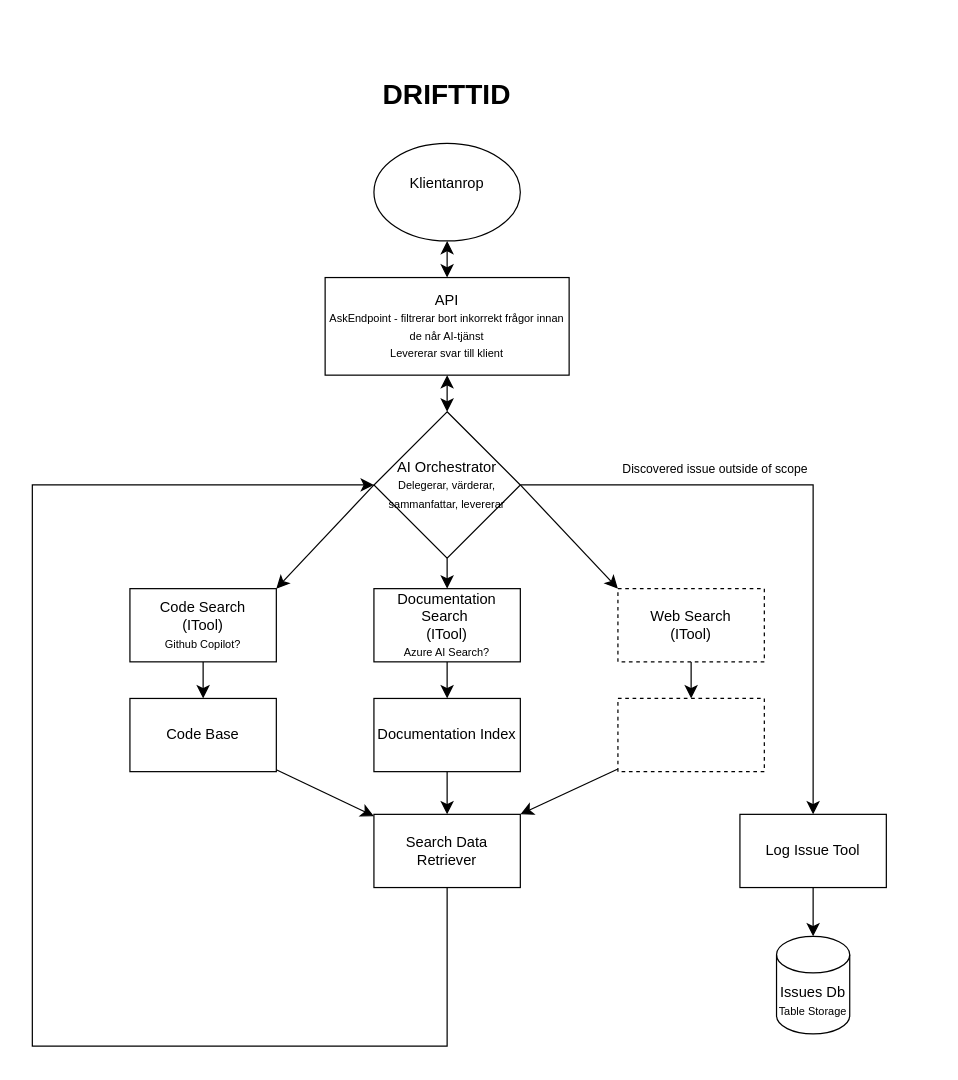
Before: page "Drifttid" (1 of 3) of Other/Namnlöst diagram.drawio in antonlidstroem/Flowcharts, a draw.io diagram. Source tidied: cells renumbered, new cells numbered last; positions are measured from the earlier drawing's top-left corner, leaving out a move shared by most shapes. Both pictures are drawn from the tidied source at 122%, with x=0, y=0 at pixel (32, 70).
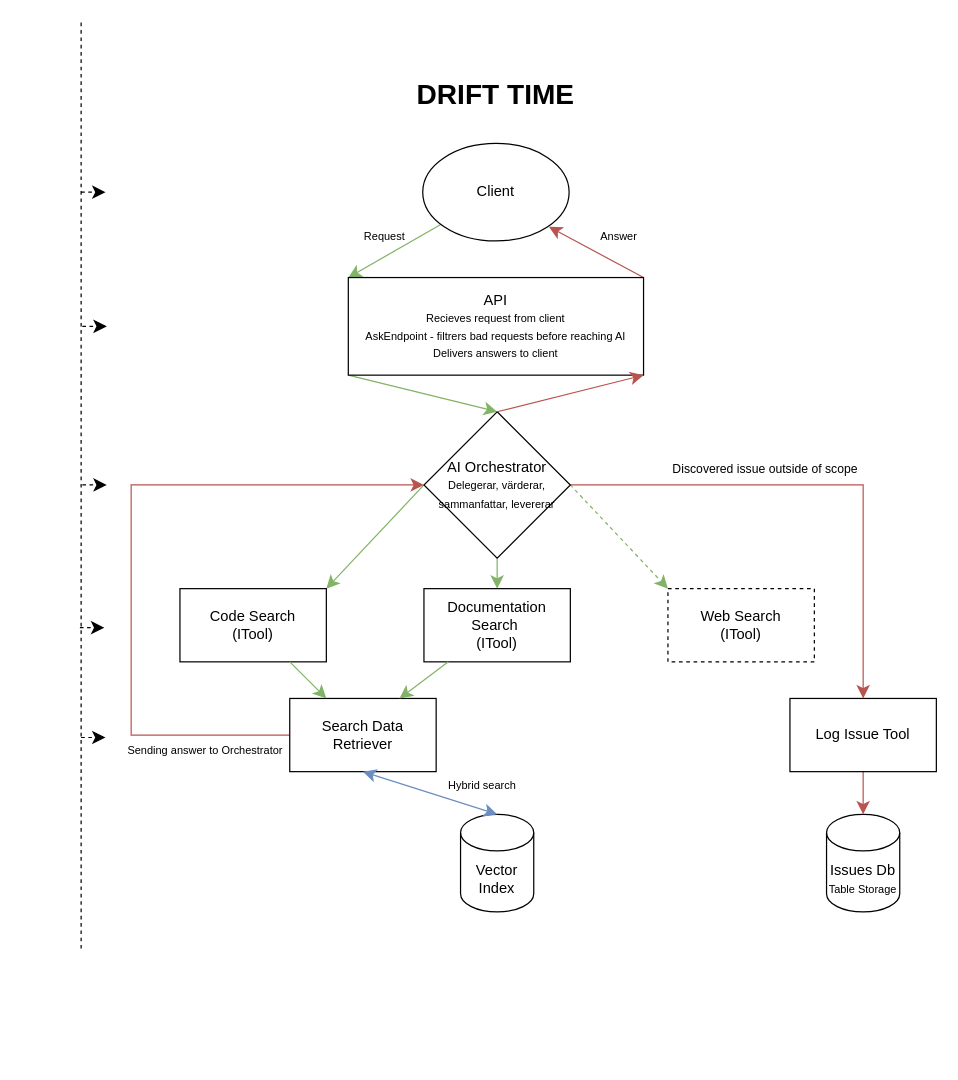
The same page after the edit.

What changed in the source:
```diff
@@
+    <mxCell id="30" style="edgeStyle=none;curved=1;rounded=0;jettySize=auto;html=1;entryX=0;entryY=0;entryDx=0;entryDy=0;fontSize=12;startSize=8;endSize=8;fillColor=#d5e8d4;strokeColor=#82b366;" parent="1" edge="1" target="3">
+      <mxGeometry relative="1" as="geometry">
+        <mxPoint x="335.5" y="126.1" as="sourcePoint" />
+      </mxGeometry>
+    </mxCell>
-    <mxCell id="2" value="Klientanrop&lt;div&gt;&lt;br/&gt;&lt;/div&gt;" style="ellipse;whiteSpace=wrap;html=1;shapeInside=1;labelBackgroundColor=none;" parent="1" vertex="1">
-      <mxGeometry x="280" y="60" width="120" height="80" as="geometry" />
+    <mxCell id="2" value="Client" style="ellipse;whiteSpace=wrap;html=1;shapeInside=1;labelBackgroundColor=none;" parent="1" vertex="1">
+      <mxGeometry x="320" y="60" width="120" height="80" as="geometry" />
     </mxCell>
+    <mxCell id="31" style="edgeStyle=none;curved=1;rounded=0;jettySize=auto;html=1;exitX=0;exitY=1;exitDx=0;exitDy=0;entryX=0.5;entryY=0;entryDx=0;entryDy=0;fontSize=12;startSize=8;endSize=8;fillColor=#d5e8d4;strokeColor=#82b366;" parent="1" edge="1" source="3" target="9">
+      <mxGeometry relative="1" as="geometry" />
+    </mxCell>
+    <mxCell id="32" style="edgeStyle=none;curved=1;rounded=0;jettySize=auto;html=1;entryX=1;entryY=1;entryDx=0;entryDy=0;fontSize=12;startSize=8;endSize=8;exitX=1;exitY=0;exitDx=0;exitDy=0;fillColor=#f8cecc;strokeColor=#b85450;" parent="1" edge="1" source="3">
+      <mxGeometry relative="1" as="geometry">
+        <mxPoint x="423.4" y="128.3" as="targetPoint" />
+      </mxGeometry>
+    </mxCell>
-    <mxCell id="3" value="API&lt;div&gt;&lt;font style=&quot;font-size: 9px;&quot;&gt;AskEndpoint - filtrerar bort inkorrekt frågor innan de når AI-tjänst&lt;br&gt;Levererar svar till klient&lt;/font&gt;&lt;/div&gt;" style="rounded=0;whiteSpace=wrap;html=1;labelBackgroundColor=none;" parent="1" vertex="1">
-      <mxGeometry x="240" y="170" width="200" height="80" as="geometry" />
+    <mxCell id="3" value="API&lt;div&gt;&lt;font style=&quot;font-size: 9px;&quot;&gt;Recieves request from client&lt;/font&gt;&lt;/div&gt;&lt;div&gt;&lt;font style=&quot;font-size: 9px;&quot;&gt;AskEndpoint - filtrers bad requests before reaching AI&lt;br&gt;Delivers answers to client&lt;/font&gt;&lt;/div&gt;" style="rounded=0;whiteSpace=wrap;html=1;labelBackgroundColor=none;" parent="1" vertex="1">
+      <mxGeometry x="259" y="170" width="242" height="80" as="geometry" />
     </mxCell>
-    <mxCell id="4" value="&lt;font style=&quot;font-size: 23px;&quot;&gt;&lt;b&gt;DRIFTTID&lt;/b&gt;&lt;/font&gt;" style="text;html=1;whiteSpace=wrap;strokeColor=none;fillColor=none;align=center;verticalAlign=middle;rounded=0;fontSize=16;labelBackgroundColor=none;" parent="1" vertex="1">
-      <mxGeometry x="240" width="200" height="40" as="geometry" />
+    <mxCell id="4" value="&lt;font style=&quot;font-size: 23px;&quot;&gt;&lt;b&gt;DRIFT TIME&lt;/b&gt;&lt;/font&gt;" style="text;html=1;whiteSpace=wrap;strokeColor=none;fillColor=none;align=center;verticalAlign=middle;rounded=0;fontSize=16;labelBackgroundColor=none;" parent="1" vertex="1">
+      <mxGeometry x="280" width="200" height="40" as="geometry" />
     </mxCell>
-    <mxCell id="5" style="edgeStyle=none;curved=1;rounded=0;jettySize=auto;html=1;exitX=1;exitY=0.5;exitDx=0;exitDy=0;entryX=0;entryY=0;entryDx=0;entryDy=0;fontSize=12;startSize=8;endSize=8;labelBackgroundColor=none;fontColor=default;" parent="1" edge="1" source="9" target="15">
+    <mxCell id="5" style="edgeStyle=none;curved=1;rounded=0;jettySize=auto;html=1;exitX=1;exitY=0.5;exitDx=0;exitDy=0;entryX=0;entryY=0;entryDx=0;entryDy=0;fontSize=12;startSize=8;endSize=8;labelBackgroundColor=none;fontColor=default;dashed=1;fillColor=#d5e8d4;strokeColor=#82b366;" parent="1" edge="1" source="9" target="15">
       <mxGeometry relative="1" as="geometry" />
     </mxCell>
-    <mxCell id="6" style="edgeStyle=none;curved=1;rounded=0;jettySize=auto;html=1;entryX=0.5;entryY=0;entryDx=0;entryDy=0;fontSize=12;startSize=8;endSize=8;labelBackgroundColor=none;fontColor=default;" parent="1" edge="1" source="9" target="13">
+    <mxCell id="6" style="edgeStyle=none;curved=1;rounded=0;jettySize=auto;html=1;entryX=0.5;entryY=0;entryDx=0;entryDy=0;fontSize=12;startSize=8;endSize=8;labelBackgroundColor=none;fontColor=default;fillColor=#d5e8d4;strokeColor=#82b366;" parent="1" edge="1" source="9" target="13">
       <mxGeometry relative="1" as="geometry" />
     </mxCell>
-    <mxCell id="7" style="edgeStyle=none;curved=1;rounded=0;jettySize=auto;html=1;entryX=1;entryY=0;entryDx=0;entryDy=0;fontSize=12;startSize=8;endSize=8;exitX=0;exitY=0.5;exitDx=0;exitDy=0;labelBackgroundColor=none;fontColor=default;" parent="1" edge="1" source="9" target="11">
+    <mxCell id="7" style="edgeStyle=none;curved=1;rounded=0;jettySize=auto;html=1;entryX=1;entryY=0;entryDx=0;entryDy=0;fontSize=12;startSize=8;endSize=8;exitX=0;exitY=0.5;exitDx=0;exitDy=0;labelBackgroundColor=none;fontColor=default;fillColor=#d5e8d4;strokeColor=#82b366;" parent="1" edge="1" source="9" target="11">
       <mxGeometry relative="1" as="geometry" />
     </mxCell>
-    <mxCell id="8" style="edgeStyle=none;curved=0;rounded=0;jettySize=auto;html=1;fontSize=12;startSize=8;endSize=8;entryX=0.5;entryY=0;entryDx=0;entryDy=0;labelBackgroundColor=none;fontColor=default;" parent="1" edge="1" source="9" target="28">
+    <mxCell id="8" style="edgeStyle=none;curved=0;rounded=0;jettySize=auto;html=1;fontSize=12;startSize=8;endSize=8;entryX=0.5;entryY=0;entryDx=0;entryDy=0;labelBackgroundColor=none;fontColor=default;fillColor=#f8cecc;strokeColor=#b85450;" parent="1" edge="1" source="9" target="28">
       <mxGeometry relative="1" as="geometry">
         <Array as="points">
-          <mxPoint x="640" y="340" />
+          <mxPoint x="681" y="340" />
         </Array>
       </mxGeometry>
     </mxCell>
     <mxCell id="9" value="AI Orchestrator&lt;div&gt;&lt;font style=&quot;font-size: 9px;&quot;&gt;Delegerar, värderar, sammanfattar, levererar&lt;/font&gt;&lt;/div&gt;" style="rhombus;whiteSpace=wrap;html=1;shapeInside=1;labelBackgroundColor=none;" parent="1" vertex="1">
-      <mxGeometry x="280" y="280" width="120" height="120" as="geometry" />
+      <mxGeometry x="321" y="280" width="120" height="120" as="geometry" />
     </mxCell>
-    <mxCell id="10" style="edgeStyle=none;curved=1;rounded=0;jettySize=auto;html=1;entryX=0.5;entryY=0;entryDx=0;entryDy=0;fontSize=12;startSize=8;endSize=8;labelBackgroundColor=none;fontColor=default;" parent="1" edge="1" source="11" target="19">
-      <mxGeometry relative="1" as="geometry" />
-    </mxCell>
-    <mxCell id="11" value="Code Search&lt;br&gt;(ITool)&lt;div&gt;&lt;font style=&quot;font-size: 9px;&quot;&gt;Github Copilot?&lt;/font&gt;&lt;/div&gt;" style="rounded=0;whiteSpace=wrap;html=1;labelBackgroundColor=none;" parent="1" vertex="1">
-      <mxGeometry x="80" y="425" width="120" height="60" as="geometry" />
+    <mxCell id="11" value="Code Search&lt;br&gt;(ITool)" style="rounded=0;whiteSpace=wrap;html=1;labelBackgroundColor=none;" parent="1" vertex="1">
+      <mxGeometry x="121" y="425" width="120" height="60" as="geometry" />
     </mxCell>
-    <mxCell id="12" style="edgeStyle=none;curved=1;rounded=0;jettySize=auto;html=1;entryX=0.5;entryY=0;entryDx=0;entryDy=0;fontSize=12;startSize=8;endSize=8;labelBackgroundColor=none;fontColor=default;" parent="1" edge="1" source="13" target="17">
-      <mxGeometry relative="1" as="geometry" />
-    </mxCell>
-    <mxCell id="13" value="Documentation Search&amp;nbsp;&lt;br&gt;(ITool)&lt;br&gt;&lt;font style=&quot;font-size: 9px;&quot;&gt;Azure AI Search?&lt;/font&gt;" style="rounded=0;whiteSpace=wrap;html=1;labelBackgroundColor=none;" parent="1" vertex="1">
-      <mxGeometry x="280" y="425" width="120" height="60" as="geometry" />
+    <mxCell id="13" value="Documentation Search&amp;nbsp;&lt;br&gt;(ITool)" style="rounded=0;whiteSpace=wrap;html=1;labelBackgroundColor=none;" parent="1" vertex="1">
+      <mxGeometry x="321" y="425" width="120" height="60" as="geometry" />
     </mxCell>
-    <mxCell id="14" style="edgeStyle=none;curved=1;rounded=0;jettySize=auto;html=1;entryX=0.5;entryY=0;entryDx=0;entryDy=0;fontSize=12;startSize=8;endSize=8;labelBackgroundColor=none;fontColor=default;" parent="1" edge="1" source="15" target="23">
-      <mxGeometry relative="1" as="geometry" />
-    </mxCell>
     <mxCell id="15" value="Web Search&lt;br&gt;(ITool)" style="rounded=0;whiteSpace=wrap;html=1;dashed=1;labelBackgroundColor=none;" parent="1" vertex="1">
-      <mxGeometry x="480" y="425" width="120" height="60" as="geometry" />
+      <mxGeometry x="521" y="425" width="120" height="60" as="geometry" />
     </mxCell>
-    <mxCell id="16" style="edgeStyle=none;curved=1;rounded=0;jettySize=auto;html=1;fontSize=12;startSize=8;endSize=8;labelBackgroundColor=none;fontColor=default;" parent="1" edge="1" source="17" target="21">
-      <mxGeometry relative="1" as="geometry" />
-    </mxCell>
+    <mxCell id="33" style="edgeStyle=none;curved=0;rounded=0;jettySize=auto;html=1;entryX=0;entryY=0.5;entryDx=0;entryDy=0;fontSize=12;startSize=8;endSize=8;fillColor=#f8cecc;strokeColor=#b85450;" parent="1" edge="1" source="17" target="9">
+      <mxGeometry relative="1" as="geometry">
+        <Array as="points">
+          <mxPoint x="81" y="545" />
+          <mxPoint x="81" y="340" />
+        </Array>
+      </mxGeometry>
+    </mxCell>
-    <mxCell id="17" value="Documentation Index" style="whiteSpace=wrap;html=1;rounded=0;labelBackgroundColor=none;" parent="1" vertex="1">
-      <mxGeometry x="280" y="515" width="120" height="60" as="geometry" />
+    <mxCell id="17" value="Search Data Retriever" style="whiteSpace=wrap;html=1;rounded=0;labelBackgroundColor=none;" parent="1" vertex="1">
+      <mxGeometry x="211" y="515" width="120" height="60" as="geometry" />
     </mxCell>
-    <mxCell id="18" style="edgeStyle=none;curved=1;rounded=0;jettySize=auto;html=1;fontSize=12;startSize=8;endSize=8;labelBackgroundColor=none;fontColor=default;" parent="1" edge="1" source="19" target="21">
-      <mxGeometry relative="1" as="geometry" />
-    </mxCell>
-    <mxCell id="19" value="Code Base" style="whiteSpace=wrap;html=1;rounded=0;labelBackgroundColor=none;" parent="1" vertex="1">
-      <mxGeometry x="80" y="515" width="120" height="60" as="geometry" />
-    </mxCell>
-    <mxCell id="20" style="edgeStyle=none;curved=0;rounded=0;jettySize=auto;html=1;fontSize=12;startSize=8;endSize=8;entryX=0;entryY=0.5;entryDx=0;entryDy=0;labelBackgroundColor=none;fontColor=default;" parent="1" edge="1" source="21" target="9">
-      <mxGeometry relative="1" as="geometry">
-        <Array as="points">
-          <mxPoint x="340" y="800" />
-          <mxPoint y="800" />
-          <mxPoint y="340" />
-        </Array>
-      </mxGeometry>
-    </mxCell>
-    <mxCell id="21" value="Search Data Retriever" style="rounded=0;whiteSpace=wrap;html=1;labelBackgroundColor=none;" parent="1" vertex="1">
-      <mxGeometry x="280" y="610" width="120" height="60" as="geometry" />
-    </mxCell>
-    <mxCell id="22" style="edgeStyle=none;curved=1;rounded=0;jettySize=auto;html=1;entryX=1;entryY=0;entryDx=0;entryDy=0;fontSize=12;startSize=8;endSize=8;labelBackgroundColor=none;fontColor=default;" parent="1" edge="1" source="23" target="21">
-      <mxGeometry relative="1" as="geometry" />
-    </mxCell>
-    <mxCell id="23" style="rounded=0;whiteSpace=wrap;html=1;dashed=1;labelBackgroundColor=none;" parent="1" vertex="1">
-      <mxGeometry x="480" y="515" width="120" height="60" as="geometry" />
-    </mxCell>
-    <mxCell id="24" style="endArrow=classic;startArrow=classic;html=1;rounded=0;fontSize=12;startSize=8;endSize=8;curved=1;entryX=0.5;entryY=1;entryDx=0;entryDy=0;exitX=0.5;exitY=0;exitDx=0;exitDy=0;labelBackgroundColor=none;fontColor=default;" parent="1" edge="1" source="9" target="3">
+    <mxCell id="24" style="endArrow=classic;startArrow=none;html=1;rounded=0;fontSize=12;startSize=8;endSize=8;curved=1;entryX=1;entryY=1;entryDx=0;entryDy=0;exitX=0.5;exitY=0;exitDx=0;exitDy=0;labelBackgroundColor=none;fontColor=default;startFill=0;fillColor=#f8cecc;strokeColor=#b85450;" parent="1" edge="1" source="9" target="3">
       <mxGeometry relative="1" as="geometry" />
     </mxCell>
-    <mxCell id="25" style="endArrow=classic;startArrow=classic;html=1;rounded=0;fontSize=12;startSize=8;endSize=8;curved=1;entryX=0.5;entryY=0;entryDx=0;entryDy=0;exitX=0.5;exitY=1;exitDx=0;exitDy=0;labelBackgroundColor=none;fontColor=default;" parent="1" edge="1" source="2" target="3">
-      <mxGeometry relative="1" as="geometry" />
-    </mxCell>
     <mxCell id="26" value="&lt;div&gt;&lt;span style=&quot;background-color: transparent; color: light-dark(rgb(0, 0, 0), rgb(255, 255, 255));&quot;&gt;Issues Db&lt;/span&gt;&lt;/div&gt;&lt;div&gt;&lt;font style=&quot;font-size: 9px;&quot;&gt;Table Storage&lt;/font&gt;&lt;/div&gt;" style="shape=cylinder3;whiteSpace=wrap;html=1;boundedLbl=1;backgroundOutline=1;size=15;labelBackgroundColor=none;" parent="1" vertex="1">
-      <mxGeometry x="610" y="710" width="60" height="80" as="geometry" />
+      <mxGeometry x="651" y="610" width="60" height="80" as="geometry" />
     </mxCell>
-    <mxCell id="27" style="edgeStyle=none;curved=1;rounded=0;jettySize=auto;html=1;fontSize=12;startSize=8;endSize=8;labelBackgroundColor=none;fontColor=default;" parent="1" edge="1" source="28" target="26">
+    <mxCell id="27" style="edgeStyle=none;curved=1;rounded=0;jettySize=auto;html=1;fontSize=12;startSize=8;endSize=8;labelBackgroundColor=none;fontColor=default;fillColor=#f8cecc;strokeColor=#b85450;" parent="1" edge="1" source="28" target="26">
       <mxGeometry relative="1" as="geometry" />
     </mxCell>
     <mxCell id="28" value="Log Issue Tool" style="rounded=0;whiteSpace=wrap;html=1;labelBackgroundColor=none;" parent="1" vertex="1">
-      <mxGeometry x="580" y="610" width="120" height="60" as="geometry" />
+      <mxGeometry x="621" y="515" width="120" height="60" as="geometry" />
     </mxCell>
     <mxCell id="29" value="&lt;font style=&quot;font-size: 10px;&quot;&gt;Discovered issue outside of scope&lt;/font&gt;" style="text;html=1;whiteSpace=wrap;strokeColor=none;fillColor=none;align=center;verticalAlign=middle;rounded=0;fontSize=16;labelBackgroundColor=none;" parent="1" vertex="1">
-      <mxGeometry x="480" y="310" width="160" height="30" as="geometry" />
+      <mxGeometry x="521" y="310" width="160" height="30" as="geometry" />
     </mxCell>
+    <mxCell id="12" style="edgeStyle=none;curved=1;rounded=0;jettySize=auto;html=1;entryX=0.75;entryY=0;entryDx=0;entryDy=0;fontSize=12;startSize=8;endSize=8;fillColor=#d5e8d4;strokeColor=#82b366;" parent="1" edge="1" source="13" target="17">
+      <mxGeometry relative="1" as="geometry" />
+    </mxCell>
+    <mxCell id="34" style="edgeStyle=none;curved=1;rounded=0;jettySize=auto;html=1;fontSize=12;startSize=8;endSize=8;entryX=0.25;entryY=0;entryDx=0;entryDy=0;fillColor=#d5e8d4;strokeColor=#82b366;" parent="1" edge="1" source="11" target="17">
+      <mxGeometry relative="1" as="geometry" />
+    </mxCell>
+    <mxCell id="35" value="&lt;font style=&quot;font-size: 9px;&quot;&gt;Sending answer to Orchestrator&lt;/font&gt;" style="text;html=1;whiteSpace=wrap;strokeColor=none;fillColor=none;align=center;verticalAlign=middle;rounded=0;fontSize=16;" parent="1" vertex="1">
+      <mxGeometry x="62" y="540" width="160" height="30" as="geometry" />
+    </mxCell>
+    <mxCell id="36" value="&lt;font style=&quot;font-size: 9px;&quot;&gt;Hybrid search&lt;/font&gt;" style="text;html=1;whiteSpace=wrap;strokeColor=none;fillColor=none;align=center;verticalAlign=middle;rounded=0;fontSize=16;" parent="1" vertex="1">
+      <mxGeometry x="334" y="569" width="70" height="30" as="geometry" />
+    </mxCell>
+    <mxCell id="37" value="&lt;div&gt;Vector Index&lt;/div&gt;" style="shape=cylinder3;whiteSpace=wrap;html=1;boundedLbl=1;backgroundOutline=1;size=15;labelBackgroundColor=none;" parent="1" vertex="1">
+      <mxGeometry x="351" y="610" width="60" height="80" as="geometry" />
+    </mxCell>
+    <mxCell id="38" value="&lt;font style=&quot;font-size: 9px;&quot;&gt;Request&lt;/font&gt;" style="text;html=1;whiteSpace=wrap;strokeColor=none;fillColor=none;align=center;verticalAlign=middle;rounded=0;fontSize=16;" parent="1" vertex="1">
+      <mxGeometry x="259" y="119" width="60" height="30" as="geometry" />
+    </mxCell>
+    <mxCell id="39" value="&lt;font style=&quot;font-size: 9px;&quot;&gt;Answer&lt;/font&gt;" style="text;html=1;whiteSpace=wrap;align=center;verticalAlign=middle;rounded=0;fontSize=16;" parent="1" vertex="1">
+      <mxGeometry x="451" y="119" width="60" height="30" as="geometry" />
+    </mxCell>
+    <mxCell id="40" style="endArrow=classic;startArrow=classic;html=1;rounded=0;fontSize=12;startSize=8;endSize=8;curved=1;entryX=0.5;entryY=0;entryDx=0;entryDy=0;entryPerimeter=0;exitX=0.5;exitY=1;exitDx=0;exitDy=0;fillColor=#dae8fc;strokeColor=#6c8ebf;" parent="1" edge="1" source="17" target="37">
+      <mxGeometry relative="1" as="geometry" />
+    </mxCell>
+    <mxCell id="41" style="endArrow=none;dashed=1;html=1;rounded=0;fontSize=12;startSize=8;endSize=8;curved=1;" parent="1" edge="1">
+      <mxGeometry relative="1" as="geometry">
+        <mxPoint x="40" y="720" as="sourcePoint" />
+        <mxPoint x="40" y="-40" as="targetPoint" />
+      </mxGeometry>
+    </mxCell>
+    <mxCell id="42" style="endArrow=classic;html=1;rounded=0;fontSize=12;startSize=8;endSize=8;curved=1;dashed=1;" parent="1" edge="1">
+      <mxGeometry relative="1" as="geometry">
+        <mxPoint x="40" y="100" as="sourcePoint" />
+        <mxPoint x="60" y="100" as="targetPoint" />
+      </mxGeometry>
+    </mxCell>
+    <mxCell id="43" style="endArrow=classic;html=1;rounded=0;fontSize=12;startSize=8;endSize=8;curved=1;dashed=1;" parent="1" edge="1">
+      <mxGeometry relative="1" as="geometry">
+        <mxPoint x="41" y="210" as="sourcePoint" />
+        <mxPoint x="61" y="210" as="targetPoint" />
+      </mxGeometry>
+    </mxCell>
+    <mxCell id="44" style="endArrow=classic;html=1;rounded=0;fontSize=12;startSize=8;endSize=8;curved=1;dashed=1;" parent="1" edge="1">
+      <mxGeometry relative="1" as="geometry">
+        <mxPoint x="41" y="340" as="sourcePoint" />
+        <mxPoint x="61" y="340" as="targetPoint" />
+      </mxGeometry>
+    </mxCell>
+    <mxCell id="45" style="endArrow=classic;html=1;rounded=0;fontSize=12;startSize=8;endSize=8;curved=1;dashed=1;" parent="1" edge="1">
+      <mxGeometry relative="1" as="geometry">
+        <mxPoint x="39" y="457" as="sourcePoint" />
+        <mxPoint x="59" y="457" as="targetPoint" />
+      </mxGeometry>
+    </mxCell>
+    <mxCell id="46" style="endArrow=classic;html=1;rounded=0;fontSize=12;startSize=8;endSize=8;curved=1;dashed=1;" parent="1" edge="1">
+      <mxGeometry relative="1" as="geometry">
+        <mxPoint x="40" y="547" as="sourcePoint" />
+        <mxPoint x="60" y="547" as="targetPoint" />
+      </mxGeometry>
+    </mxCell>
```
